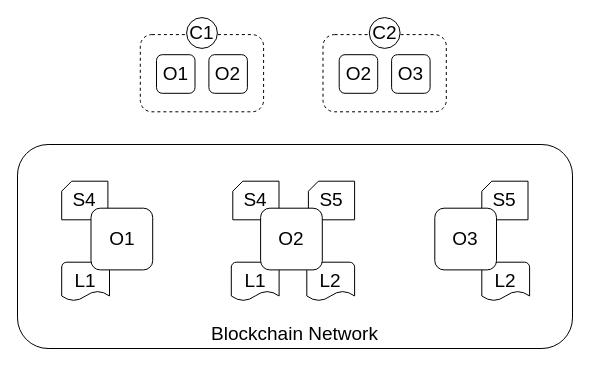
Earlier version of the draw.io diagram page "4.4" (4 of 10) of graduation/第四章.drawio (guanpengchn/draw.io). Source tidied: cells renumbered, new cells numbered last; positions are measured from the earlier drawing's top-left corner, leaving out a move shared by most shapes. Both pictures are drawn from the tidied source at 100%, with x=0, y=0 at pixel (17, 17).
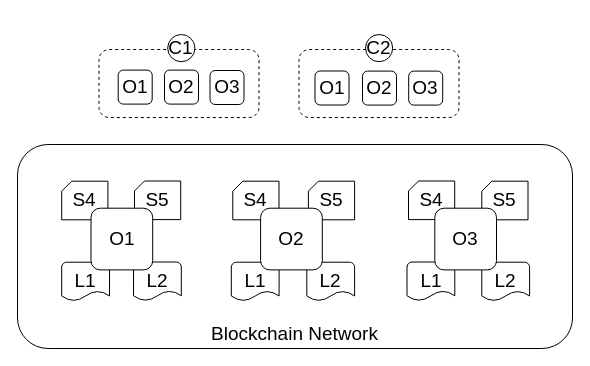
The same diagram, later.

The edit, as a diff of the source:
```diff
@@
+    <mxCell id="22" value="S5" style="shape=card;whiteSpace=wrap;html=1;rounded=0;shadow=0;glass=0;comic=0;strokeWidth=1;fillColor=none;size=10;fontSize=19;" parent="1" vertex="1">
+      <mxGeometry x="117" y="163.5" width="46.2" height="38.6" as="geometry" />
+    </mxCell>
+    <mxCell id="23" value="S4" style="shape=card;whiteSpace=wrap;html=1;rounded=0;shadow=0;glass=0;comic=0;strokeWidth=1;fillColor=none;size=10;fontSize=19;" parent="1" vertex="1">
+      <mxGeometry x="391" y="163.5" width="46.2" height="38.6" as="geometry" />
+    </mxCell>
+    <mxCell id="24" value="L1" style="strokeWidth=1;html=1;shape=mxgraph.flowchart.document2;whiteSpace=wrap;size=0.25;rounded=1;glass=0;comic=0;fillColor=none;shadow=0;fontSize=19;" parent="1" vertex="1">
+      <mxGeometry x="389.5" y="244.5" width="47.8" height="38.6" as="geometry" />
+    </mxCell>
+    <mxCell id="25" value="L2" style="strokeWidth=1;html=1;shape=mxgraph.flowchart.document2;whiteSpace=wrap;size=0.25;rounded=1;glass=0;comic=0;fillColor=none;shadow=0;fontSize=19;" parent="1" vertex="1">
+      <mxGeometry x="116" y="244.5" width="47.8" height="38.6" as="geometry" />
+    </mxCell>
@@
-    <mxCell id="4" style="rounded=1;whiteSpace=wrap;html=1;dashed=1;fontSize=19;" parent="1" vertex="1">
-      <mxGeometry x="122.8" y="17.1" width="123.3" height="77.2" as="geometry" />
-    </mxCell>
@@
-    <mxCell id="9" value="O1" style="rounded=1;whiteSpace=wrap;html=1;fontSize=19;" parent="1" vertex="1">
-      <mxGeometry x="139" y="37.2" width="38.5" height="38.6" as="geometry" />
-    </mxCell>
-    <mxCell id="10" value="O2&lt;br style=&quot;font-size: 19px;&quot;&gt;" style="rounded=1;whiteSpace=wrap;html=1;fontSize=19;" parent="1" vertex="1">
-      <mxGeometry x="191.4" y="37.2" width="38.5" height="38.6" as="geometry" />
-    </mxCell>
-    <mxCell id="11" value="C1" style="ellipse;whiteSpace=wrap;html=1;rounded=0;shadow=0;glass=0;comic=0;strokeWidth=1;fillColor=#ffffff;fontSize=19;" parent="1" vertex="1">
-      <mxGeometry x="169.1" y="0.1" width="30.8" height="30.8" as="geometry" />
-    </mxCell>
-    <mxCell id="12" style="rounded=1;whiteSpace=wrap;html=1;dashed=1;fontSize=19;" parent="1" vertex="1">
-      <mxGeometry x="305.5" y="17.1" width="123.3" height="77.2" as="geometry" />
-    </mxCell>
-    <mxCell id="13" value="O2" style="rounded=1;whiteSpace=wrap;html=1;fontSize=19;" parent="1" vertex="1">
-      <mxGeometry x="321.7" y="37.2" width="38.5" height="38.6" as="geometry" />
-    </mxCell>
-    <mxCell id="14" value="O3&lt;br style=&quot;font-size: 19px;&quot;&gt;" style="rounded=1;whiteSpace=wrap;html=1;fontSize=19;" parent="1" vertex="1">
-      <mxGeometry x="374.1" y="37.2" width="38.5" height="38.6" as="geometry" />
-    </mxCell>
-    <mxCell id="15" value="C2" style="ellipse;whiteSpace=wrap;html=1;rounded=0;shadow=0;glass=0;comic=0;strokeWidth=1;fillColor=#ffffff;fontSize=19;" parent="1" vertex="1">
-      <mxGeometry x="351.8" y="0.1" width="30.8" height="30.8" as="geometry" />
-    </mxCell>
@@
+    <mxCell id="26" style="rounded=1;whiteSpace=wrap;html=1;dashed=1;fontSize=19;" parent="1" vertex="1">
+      <mxGeometry x="81.5" y="32" width="160" height="68" as="geometry" />
+    </mxCell>
+    <mxCell id="27" value="O1" style="rounded=1;whiteSpace=wrap;html=1;fontSize=19;" parent="1" vertex="1">
+      <mxGeometry x="100.7" y="52.6" width="34" height="34" as="geometry" />
+    </mxCell>
+    <mxCell id="10" value="O2&lt;br style=&quot;font-size: 19px;&quot;&gt;" style="rounded=1;whiteSpace=wrap;html=1;fontSize=19;" parent="1" vertex="1">
+      <mxGeometry x="147" y="52.6" width="34" height="34" as="geometry" />
+    </mxCell>
+    <mxCell id="11" value="C1" style="ellipse;whiteSpace=wrap;html=1;rounded=0;shadow=0;glass=0;comic=0;strokeWidth=1;fillColor=#ffffff;fontSize=19;" parent="1" vertex="1">
+      <mxGeometry x="150.2" y="17" width="27.2" height="27.2" as="geometry" />
+    </mxCell>
+    <mxCell id="28" style="rounded=1;whiteSpace=wrap;html=1;dashed=1;fontSize=19;" parent="1" vertex="1">
+      <mxGeometry x="281.5" y="32" width="160" height="68" as="geometry" />
+    </mxCell>
+    <mxCell id="13" value="O2" style="rounded=1;whiteSpace=wrap;html=1;fontSize=19;" parent="1" vertex="1">
+      <mxGeometry x="345" y="53.6" width="34" height="34" as="geometry" />
+    </mxCell>
+    <mxCell id="29" value="O3&lt;br style=&quot;font-size: 19px;&quot;&gt;" style="rounded=1;whiteSpace=wrap;html=1;fontSize=19;" parent="1" vertex="1">
+      <mxGeometry x="391.2" y="53.6" width="34" height="34" as="geometry" />
+    </mxCell>
+    <mxCell id="15" value="C2" style="ellipse;whiteSpace=wrap;html=1;rounded=0;shadow=0;glass=0;comic=0;strokeWidth=1;fillColor=#ffffff;fontSize=19;" parent="1" vertex="1">
+      <mxGeometry x="348" y="17" width="27.2" height="27.2" as="geometry" />
+    </mxCell>
+    <mxCell id="30" value="O3&lt;br style=&quot;font-size: 19px;&quot;&gt;" style="rounded=1;whiteSpace=wrap;html=1;fontSize=19;" parent="1" vertex="1">
+      <mxGeometry x="192.5" y="53" width="34" height="34" as="geometry" />
+    </mxCell>
+    <mxCell id="31" value="O1" style="rounded=1;whiteSpace=wrap;html=1;fontSize=19;" parent="1" vertex="1">
+      <mxGeometry x="297.5" y="53.5" width="34" height="34" as="geometry" />
+    </mxCell>
```
